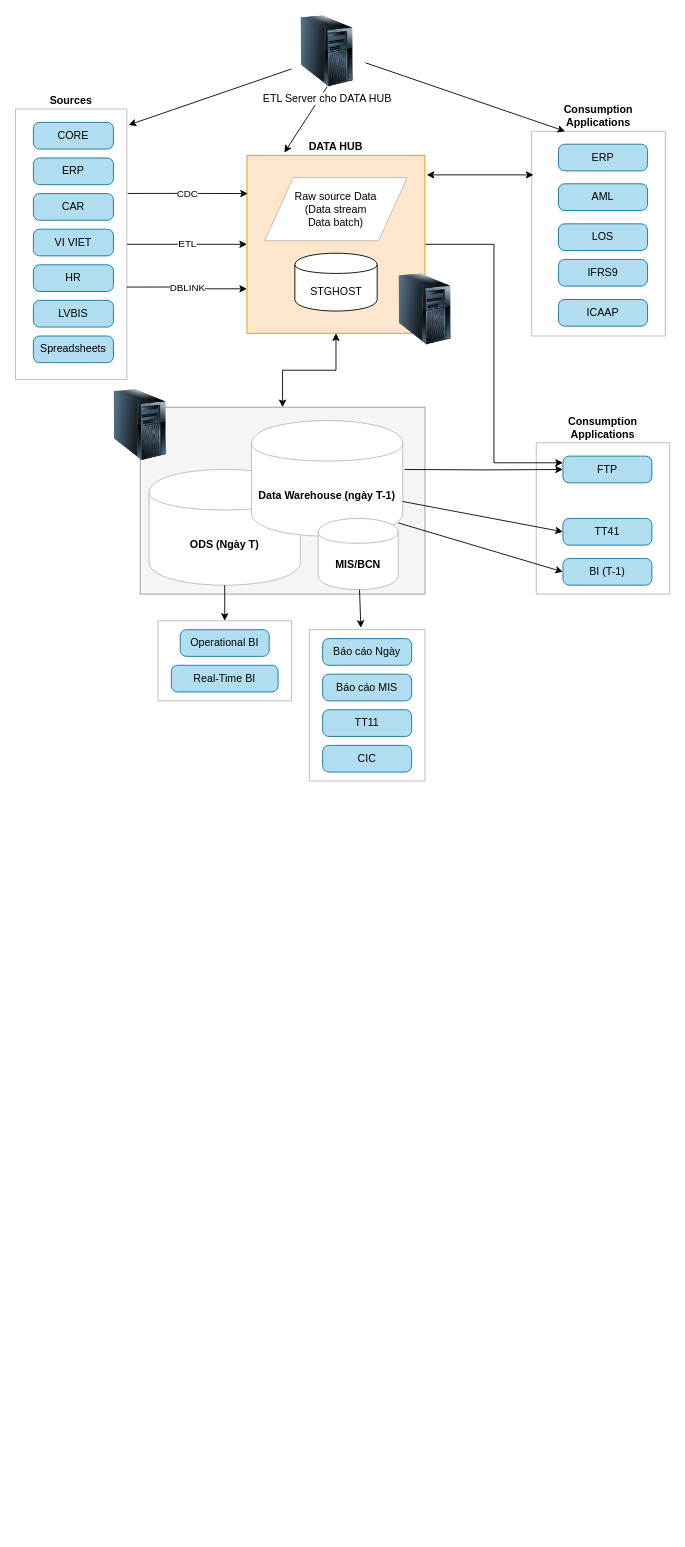
Before: page "Page-1" (1 of 2) of Data Hub.drawio in uyennt01/Project1, a draw.io diagram. Source tidied: cells renumbered, new cells numbered last; positions are measured from the earlier drawing's top-left corner, leaving out a move shared by most shapes. Both pictures are drawn from the tidied source at 89%, with x=0, y=0 at pixel (15, 15).
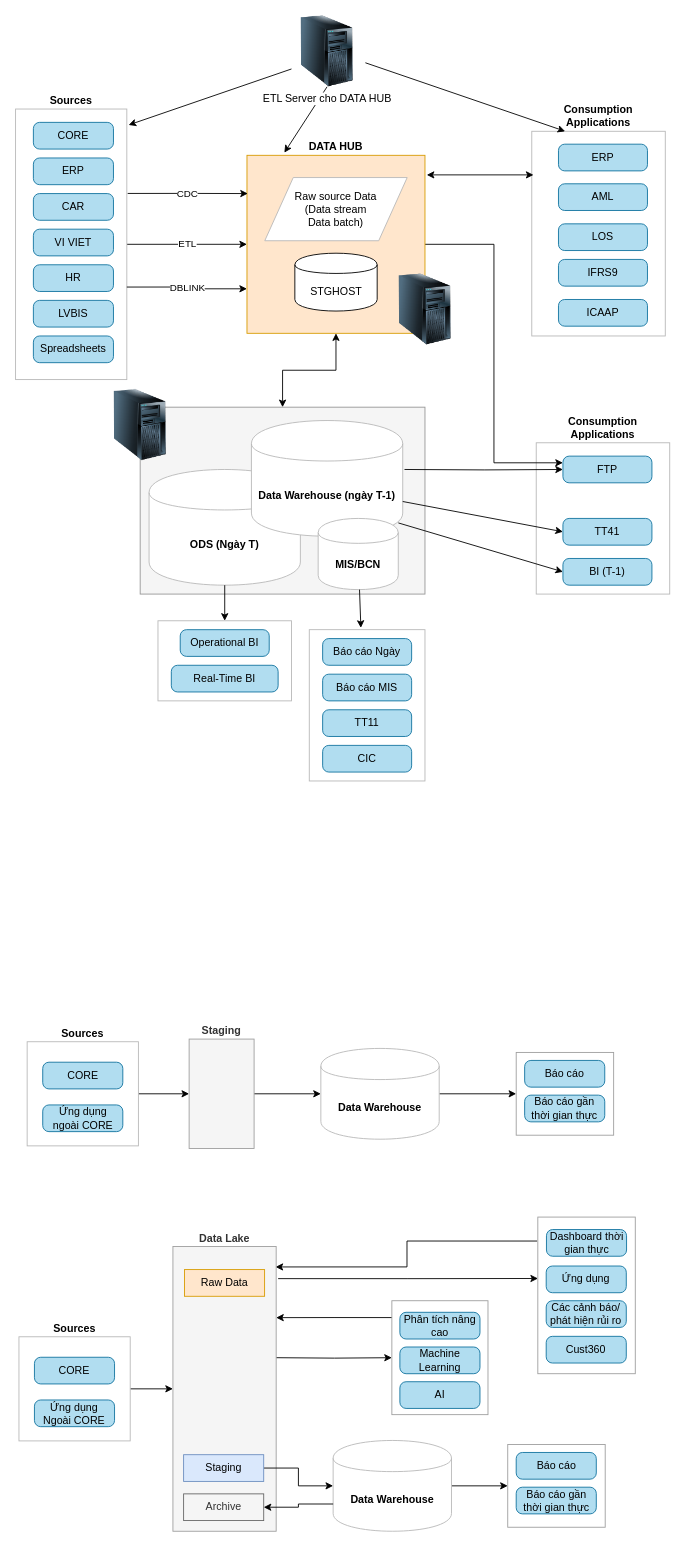
The same diagram, later.

Diff of the diagram source:
```diff
@@
+    <mxCell id="53" style="rounded=0;whiteSpace=wrap;html=1;labelPosition=center;verticalLabelPosition=top;align=center;verticalAlign=bottom;fontStyle=1;strokeColor=#9E9E9E;" parent="1" vertex="1">
+      <mxGeometry x="553" y="1605.5" width="109.5" height="93" as="geometry" />
+    </mxCell>
+    <mxCell id="54" style="edgeStyle=orthogonalEdgeStyle;rounded=0;jettySize=auto;html=1;entryX=0.994;entryY=0.072;entryDx=0;entryDy=0;entryPerimeter=0;exitX=-0.007;exitY=0.153;exitDx=0;exitDy=0;exitPerimeter=0;" parent="1" edge="1" source="55" target="72">
+      <mxGeometry relative="1" as="geometry" />
+    </mxCell>
+    <mxCell id="55" style="rounded=0;whiteSpace=wrap;html=1;labelPosition=center;verticalLabelPosition=top;align=center;verticalAlign=bottom;fontStyle=1;strokeColor=#9E9E9E;" parent="1" vertex="1">
+      <mxGeometry x="586.8" y="1350" width="109.5" height="176" as="geometry" />
+    </mxCell>
@@
+    <mxCell id="56" style="edgeStyle=orthogonalEdgeStyle;rounded=0;jettySize=auto;html=1;" parent="1" edge="1" source="57" target="63">
+      <mxGeometry relative="1" as="geometry" />
+    </mxCell>
+    <mxCell id="57" value="Sources" style="rounded=0;whiteSpace=wrap;html=1;strokeColor=#B8B8B8;labelPosition=center;verticalLabelPosition=top;align=center;verticalAlign=bottom;fontStyle=1;" parent="1" vertex="1">
+      <mxGeometry x="13" y="1153" width="125" height="117" as="geometry" />
+    </mxCell>
+    <mxCell id="58" value="CORE" style="rounded=1;whiteSpace=wrap;html=1;absoluteArcSize=1;arcSize=14;strokeWidth=1;fillColor=#b1ddf0;strokeColor=#10739e;" parent="1" vertex="1">
+      <mxGeometry x="30.5" y="1176" width="90" height="30" as="geometry" />
+    </mxCell>
+    <mxCell id="59" value="Ứng dụng&lt;br&gt;&lt;div&gt;ngoài CORE&lt;/div&gt;" style="rounded=1;whiteSpace=wrap;html=1;absoluteArcSize=1;arcSize=14;strokeWidth=1;fillColor=#b1ddf0;strokeColor=#10739e;" parent="1" vertex="1">
+      <mxGeometry x="30.5" y="1224" width="90" height="30" as="geometry" />
+    </mxCell>
+    <mxCell id="60" style="edgeStyle=orthogonalEdgeStyle;rounded=0;jettySize=auto;html=1;" parent="1" edge="1" source="61" target="86">
+      <mxGeometry relative="1" as="geometry" />
+    </mxCell>
+    <mxCell id="61" value="&lt;div&gt;Data Warehouse&lt;br&gt;&lt;/div&gt;" style="shape=cylinder;whiteSpace=wrap;html=1;boundedLbl=1;backgroundOutline=1;strokeColor=#B8B8B8;fontStyle=1;labelPosition=center;verticalLabelPosition=middle;align=center;verticalAlign=middle;" parent="1" vertex="1">
+      <mxGeometry x="343" y="1160.5" width="133" height="102" as="geometry" />
+    </mxCell>
+    <mxCell id="62" style="edgeStyle=orthogonalEdgeStyle;rounded=0;jettySize=auto;html=1;" parent="1" edge="1" source="63" target="61">
+      <mxGeometry relative="1" as="geometry" />
+    </mxCell>
+    <mxCell id="63" value="Staging" style="rounded=0;whiteSpace=wrap;html=1;strokeColor=#9E9E9E;labelPosition=center;verticalLabelPosition=top;align=center;verticalAlign=bottom;fontStyle=1;fillColor=#f5f5f5;fontColor=#333333;" parent="1" vertex="1">
+      <mxGeometry x="195" y="1150" width="73" height="123" as="geometry" />
+    </mxCell>
+    <mxCell id="64" style="edgeStyle=orthogonalEdgeStyle;rounded=0;jettySize=auto;html=1;" parent="1" edge="1" source="65" target="72">
+      <mxGeometry relative="1" as="geometry" />
+    </mxCell>
+    <mxCell id="65" value="Sources" style="rounded=0;whiteSpace=wrap;html=1;strokeColor=#B8B8B8;labelPosition=center;verticalLabelPosition=top;align=center;verticalAlign=bottom;fontStyle=1;" parent="1" vertex="1">
+      <mxGeometry x="3.8" y="1484.5" width="125" height="117" as="geometry" />
+    </mxCell>
+    <mxCell id="66" value="CORE" style="rounded=1;whiteSpace=wrap;html=1;absoluteArcSize=1;arcSize=14;strokeWidth=1;fillColor=#b1ddf0;strokeColor=#10739e;" parent="1" vertex="1">
+      <mxGeometry x="21.2" y="1507.5" width="90" height="30" as="geometry" />
+    </mxCell>
+    <mxCell id="67" value="Ứng dụng&lt;br&gt;&lt;div&gt;Ngoài CORE&lt;/div&gt;" style="rounded=1;whiteSpace=wrap;html=1;absoluteArcSize=1;arcSize=14;strokeWidth=1;fillColor=#b1ddf0;strokeColor=#10739e;" parent="1" vertex="1">
+      <mxGeometry x="21.2" y="1555.5" width="90" height="30" as="geometry" />
+    </mxCell>
+    <mxCell id="68" style="edgeStyle=orthogonalEdgeStyle;rounded=0;jettySize=auto;html=1;entryX=0;entryY=0.5;entryDx=0;entryDy=0;" parent="1" edge="1" source="69" target="53">
+      <mxGeometry relative="1" as="geometry" />
+    </mxCell>
+    <mxCell id="69" value="&lt;div&gt;Data Warehouse&lt;br&gt;&lt;/div&gt;" style="shape=cylinder;whiteSpace=wrap;html=1;boundedLbl=1;backgroundOutline=1;strokeColor=#B8B8B8;fontStyle=1;labelPosition=center;verticalLabelPosition=middle;align=center;verticalAlign=middle;" parent="1" vertex="1">
+      <mxGeometry x="356.8" y="1601" width="133" height="102" as="geometry" />
+    </mxCell>
+    <mxCell id="70" style="edgeStyle=orthogonalEdgeStyle;rounded=0;jettySize=auto;html=1;entryX=0;entryY=0.5;entryDx=0;entryDy=0;" parent="1" edge="1" target="75">
+      <mxGeometry relative="1" as="geometry">
+        <mxPoint x="292.8" y="1508" as="sourcePoint" />
+      </mxGeometry>
+    </mxCell>
+    <mxCell id="71" style="edgeStyle=orthogonalEdgeStyle;rounded=0;jettySize=auto;html=1;exitX=1.019;exitY=0.113;exitDx=0;exitDy=0;exitPerimeter=0;" parent="1" edge="1" source="72">
+      <mxGeometry relative="1" as="geometry">
+        <mxPoint x="587" y="1419" as="targetPoint" />
+      </mxGeometry>
+    </mxCell>
+    <mxCell id="72" value="Data Lake" style="rounded=0;whiteSpace=wrap;html=1;strokeColor=#9E9E9E;labelPosition=center;verticalLabelPosition=top;align=center;verticalAlign=bottom;fontStyle=1;fillColor=#f5f5f5;fontColor=#333333;" parent="1" vertex="1">
+      <mxGeometry x="176.8" y="1383" width="116" height="320" as="geometry" />
+    </mxCell>
+    <mxCell id="73" value="Báo cáo" style="rounded=1;whiteSpace=wrap;html=1;absoluteArcSize=1;arcSize=14;strokeWidth=1;fillColor=#b1ddf0;strokeColor=#10739e;" parent="1" vertex="1">
+      <mxGeometry x="562.5" y="1614.5" width="90" height="30" as="geometry" />
+    </mxCell>
+    <mxCell id="74" style="edgeStyle=orthogonalEdgeStyle;rounded=0;jettySize=auto;html=1;entryX=1;entryY=0.25;entryDx=0;entryDy=0;exitX=0.02;exitY=0.148;exitDx=0;exitDy=0;exitPerimeter=0;" parent="1" edge="1" source="75" target="72">
+      <mxGeometry relative="1" as="geometry" />
+    </mxCell>
+    <mxCell id="75" style="rounded=0;whiteSpace=wrap;html=1;labelPosition=center;verticalLabelPosition=top;align=center;verticalAlign=bottom;fontStyle=1;strokeColor=#9E9E9E;" parent="1" vertex="1">
+      <mxGeometry x="422.8" y="1444" width="108" height="128" as="geometry" />
+    </mxCell>
+    <mxCell id="76" value="Machine Learning" style="rounded=1;whiteSpace=wrap;html=1;absoluteArcSize=1;arcSize=14;strokeWidth=1;fillColor=#b1ddf0;strokeColor=#10739e;" parent="1" vertex="1">
+      <mxGeometry x="431.8" y="1496" width="90" height="30" as="geometry" />
+    </mxCell>
+    <mxCell id="77" value="AI" style="rounded=1;whiteSpace=wrap;html=1;absoluteArcSize=1;arcSize=14;strokeWidth=1;fillColor=#b1ddf0;strokeColor=#10739e;" parent="1" vertex="1">
+      <mxGeometry x="431.8" y="1535" width="90" height="30" as="geometry" />
+    </mxCell>
+    <mxCell id="78" value="Phân tích nâng cao" style="rounded=1;whiteSpace=wrap;html=1;absoluteArcSize=1;arcSize=14;strokeWidth=1;fillColor=#b1ddf0;strokeColor=#10739e;" parent="1" vertex="1">
+      <mxGeometry x="431.8" y="1457" width="90" height="30" as="geometry" />
+    </mxCell>
+    <mxCell id="79" style="edgeStyle=orthogonalEdgeStyle;rounded=0;jettySize=auto;html=1;" parent="1" edge="1" source="80" target="69">
+      <mxGeometry relative="1" as="geometry" />
+    </mxCell>
+    <mxCell id="80" value="Staging" style="rounded=0;whiteSpace=wrap;html=1;absoluteArcSize=1;arcSize=14;strokeWidth=1;fillColor=#dae8fc;strokeColor=#6c8ebf;" parent="1" vertex="1">
+      <mxGeometry x="188.8" y="1617" width="90" height="30" as="geometry" />
+    </mxCell>
+    <mxCell id="81" value="Ứng dụng" style="rounded=1;whiteSpace=wrap;html=1;absoluteArcSize=1;arcSize=14;strokeWidth=1;fillColor=#b1ddf0;strokeColor=#10739e;" parent="1" vertex="1">
+      <mxGeometry x="596.2" y="1405" width="90" height="30" as="geometry" />
+    </mxCell>
+    <mxCell id="82" value="Các cảnh báo/ phát hiện rủi ro" style="rounded=1;whiteSpace=wrap;html=1;absoluteArcSize=1;arcSize=14;strokeWidth=1;fillColor=#b1ddf0;strokeColor=#10739e;" parent="1" vertex="1">
+      <mxGeometry x="596.2" y="1444" width="90" height="30" as="geometry" />
+    </mxCell>
+    <mxCell id="83" value="Dashboard thời gian thực" style="rounded=1;whiteSpace=wrap;html=1;absoluteArcSize=1;arcSize=14;strokeWidth=1;fillColor=#b1ddf0;strokeColor=#10739e;" parent="1" vertex="1">
+      <mxGeometry x="596.5" y="1364" width="90" height="30" as="geometry" />
+    </mxCell>
+    <mxCell id="84" value="Cust360" style="rounded=1;whiteSpace=wrap;html=1;absoluteArcSize=1;arcSize=14;strokeWidth=1;fillColor=#b1ddf0;strokeColor=#10739e;" parent="1" vertex="1">
+      <mxGeometry x="596.2" y="1484" width="90" height="30" as="geometry" />
+    </mxCell>
+    <mxCell id="85" value="Báo cáo gần thời gian thực" style="rounded=1;whiteSpace=wrap;html=1;absoluteArcSize=1;arcSize=14;strokeWidth=1;fillColor=#b1ddf0;strokeColor=#10739e;" parent="1" vertex="1">
+      <mxGeometry x="562.5" y="1653.5" width="90" height="30" as="geometry" />
+    </mxCell>
+    <mxCell id="86" style="rounded=0;whiteSpace=wrap;html=1;labelPosition=center;verticalLabelPosition=top;align=center;verticalAlign=bottom;fontStyle=1;strokeColor=#9E9E9E;" parent="1" vertex="1">
+      <mxGeometry x="562.5" y="1165" width="109.5" height="93" as="geometry" />
+    </mxCell>
+    <mxCell id="87" value="Báo cáo" style="rounded=1;whiteSpace=wrap;html=1;absoluteArcSize=1;arcSize=14;strokeWidth=1;fillColor=#b1ddf0;strokeColor=#10739e;" parent="1" vertex="1">
+      <mxGeometry x="572" y="1174" width="90" height="30" as="geometry" />
+    </mxCell>
+    <mxCell id="88" value="Báo cáo gần thời gian thực" style="rounded=1;whiteSpace=wrap;html=1;absoluteArcSize=1;arcSize=14;strokeWidth=1;fillColor=#b1ddf0;strokeColor=#10739e;" parent="1" vertex="1">
+      <mxGeometry x="572" y="1213" width="90" height="30" as="geometry" />
+    </mxCell>
+    <mxCell id="89" value="Archive" style="rounded=0;whiteSpace=wrap;html=1;absoluteArcSize=1;arcSize=14;strokeWidth=1;fillColor=#f5f5f5;strokeColor=#666666;fontColor=#333333;" parent="1" vertex="1">
+      <mxGeometry x="188.8" y="1661" width="90" height="30" as="geometry" />
+    </mxCell>
+    <mxCell id="90" style="edgeStyle=orthogonalEdgeStyle;rounded=0;jettySize=auto;html=1;entryX=1;entryY=0.5;entryDx=0;entryDy=0;exitX=0;exitY=0.7;exitDx=0;exitDy=0;" parent="1" edge="1" source="69" target="89">
+      <mxGeometry relative="1" as="geometry" />
+    </mxCell>
+    <mxCell id="91" value="Raw Data" style="rounded=0;whiteSpace=wrap;html=1;absoluteArcSize=1;arcSize=14;strokeWidth=1;fillColor=#ffe6cc;strokeColor=#d79b00;" parent="1" vertex="1">
+      <mxGeometry x="189.8" y="1409" width="90" height="30" as="geometry" />
+    </mxCell>
```
